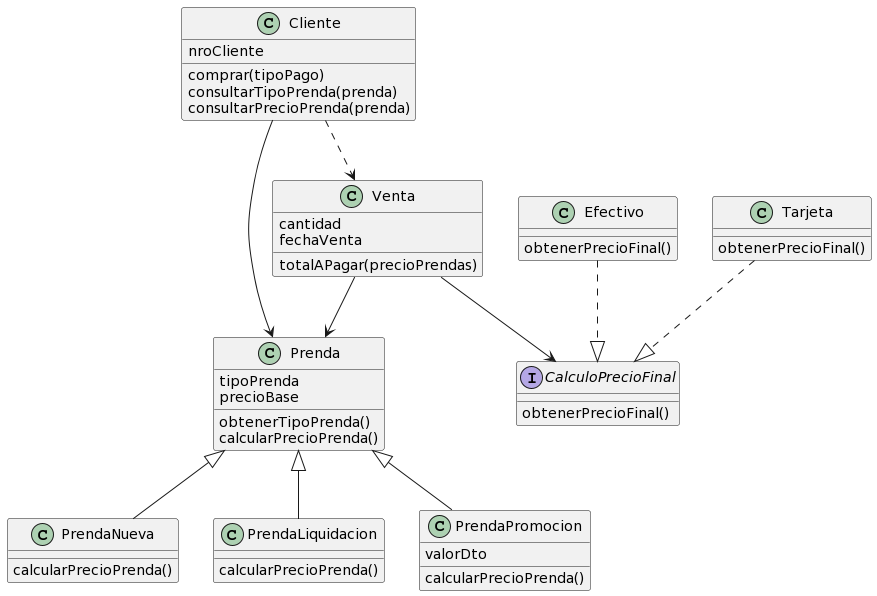
LucasLSch/macowins keeps this PlantUML diagram as diagrama_clases_mw_v1.png. Above is the earlier version. Source of this version:
```plantuml
@startuml
class Prenda {
tipoPrenda
precioBase

obtenerTipoPrenda()
calcularPrecioPrenda()
}

class PrendaNueva{
calcularPrecioPrenda()
}

class PrendaLiquidacion{
calcularPrecioPrenda()
}

class PrendaPromocion{
valorDto

calcularPrecioPrenda()
}

Prenda <|-- PrendaNueva
Prenda <|-- PrendaLiquidacion
Prenda <|-- PrendaPromocion

class Cliente{
nroCliente

comprar(tipoPago)
consultarTipoPrenda(prenda)
consultarPrecioPrenda(prenda)
}

Cliente --> Prenda

class Venta{
cantidad
fechaVenta

totalAPagar(precioPrendas)
}

interface CalculoPrecioFinal{

obtenerPrecioFinal()
}

class Efectivo{
obtenerPrecioFinal()
}

class Tarjeta{
obtenerPrecioFinal()
}

Tarjeta ..|> CalculoPrecioFinal
Efectivo ..|> CalculoPrecioFinal

Venta --> CalculoPrecioFinal

Venta --> Prenda
Cliente ..> Venta
@enduml
```
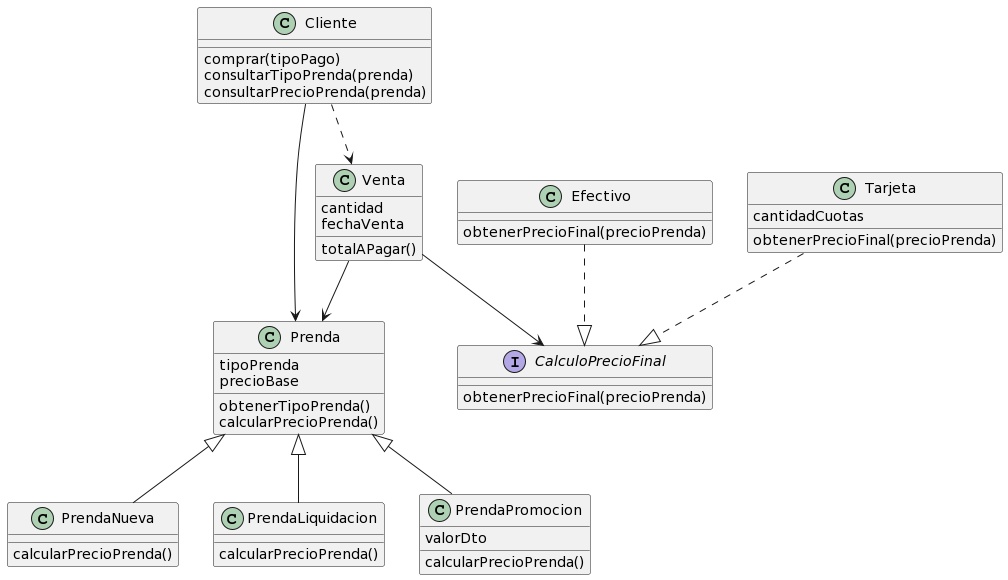
Above is the later version.

Commit message:
fix: arreglo del diagrama de clases v1

What changed in the source:
```diff
@@ -26,7 +26,6 @@
 Prenda <|-- PrendaPromocion
 
 class Cliente{
-nroCliente
 
 comprar(tipoPago)
 consultarTipoPrenda(prenda)
@@ -39,20 +38,22 @@
 cantidad
 fechaVenta
 
-totalAPagar(precioPrendas)
+totalAPagar()
 }
 
 interface CalculoPrecioFinal{
 
-obtenerPrecioFinal()
+obtenerPrecioFinal(precioPrenda)
 }
 
 class Efectivo{
-obtenerPrecioFinal()
+obtenerPrecioFinal(precioPrenda)
 }
 
 class Tarjeta{
-obtenerPrecioFinal()
+cantidadCuotas
+
+obtenerPrecioFinal(precioPrenda)
 }
 
 Tarjeta ..|> CalculoPrecioFinal
```
